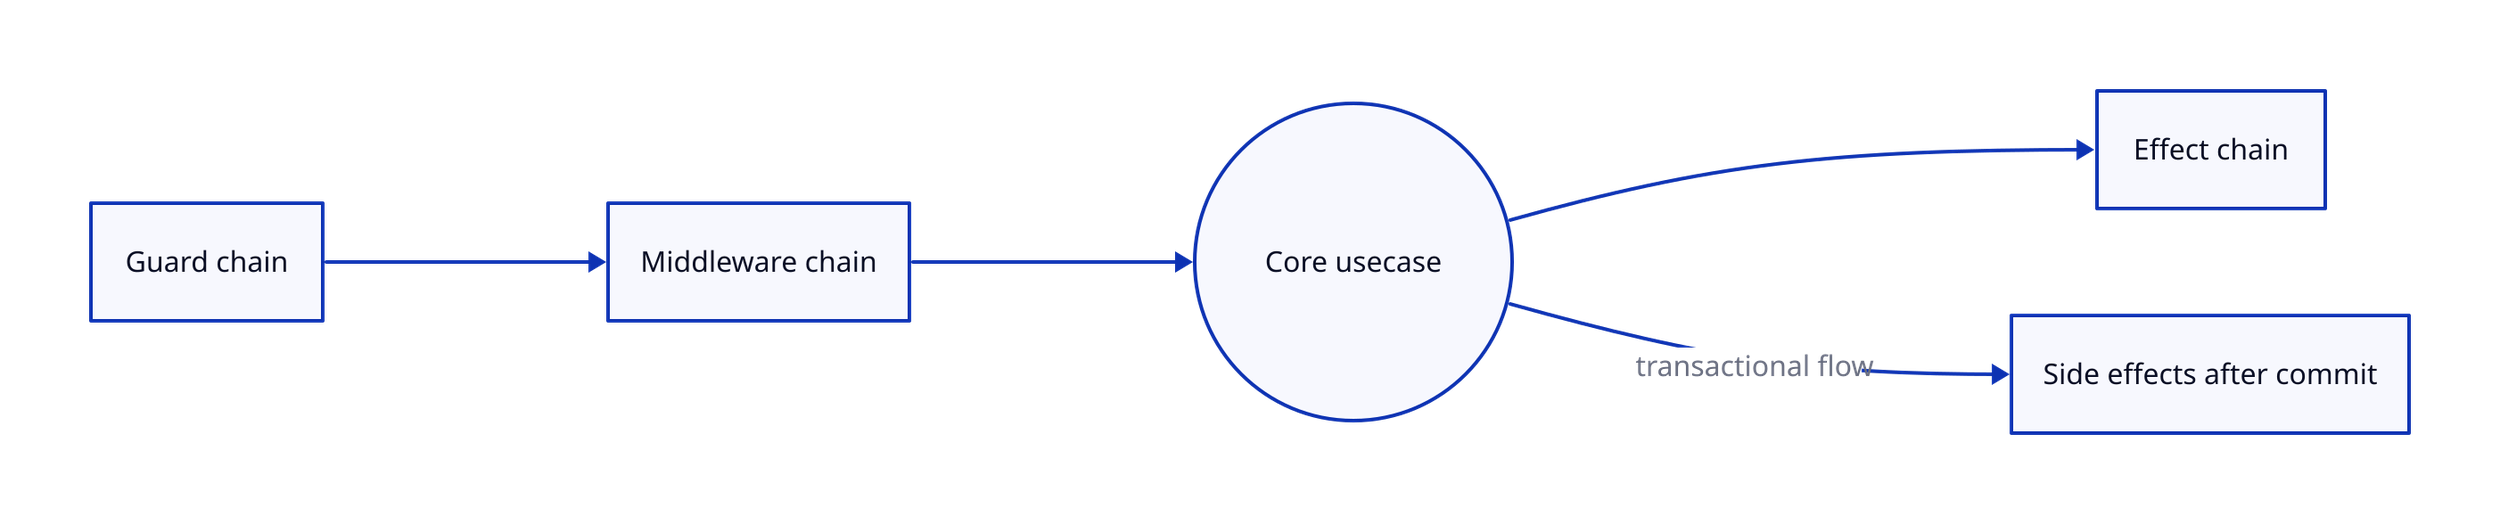
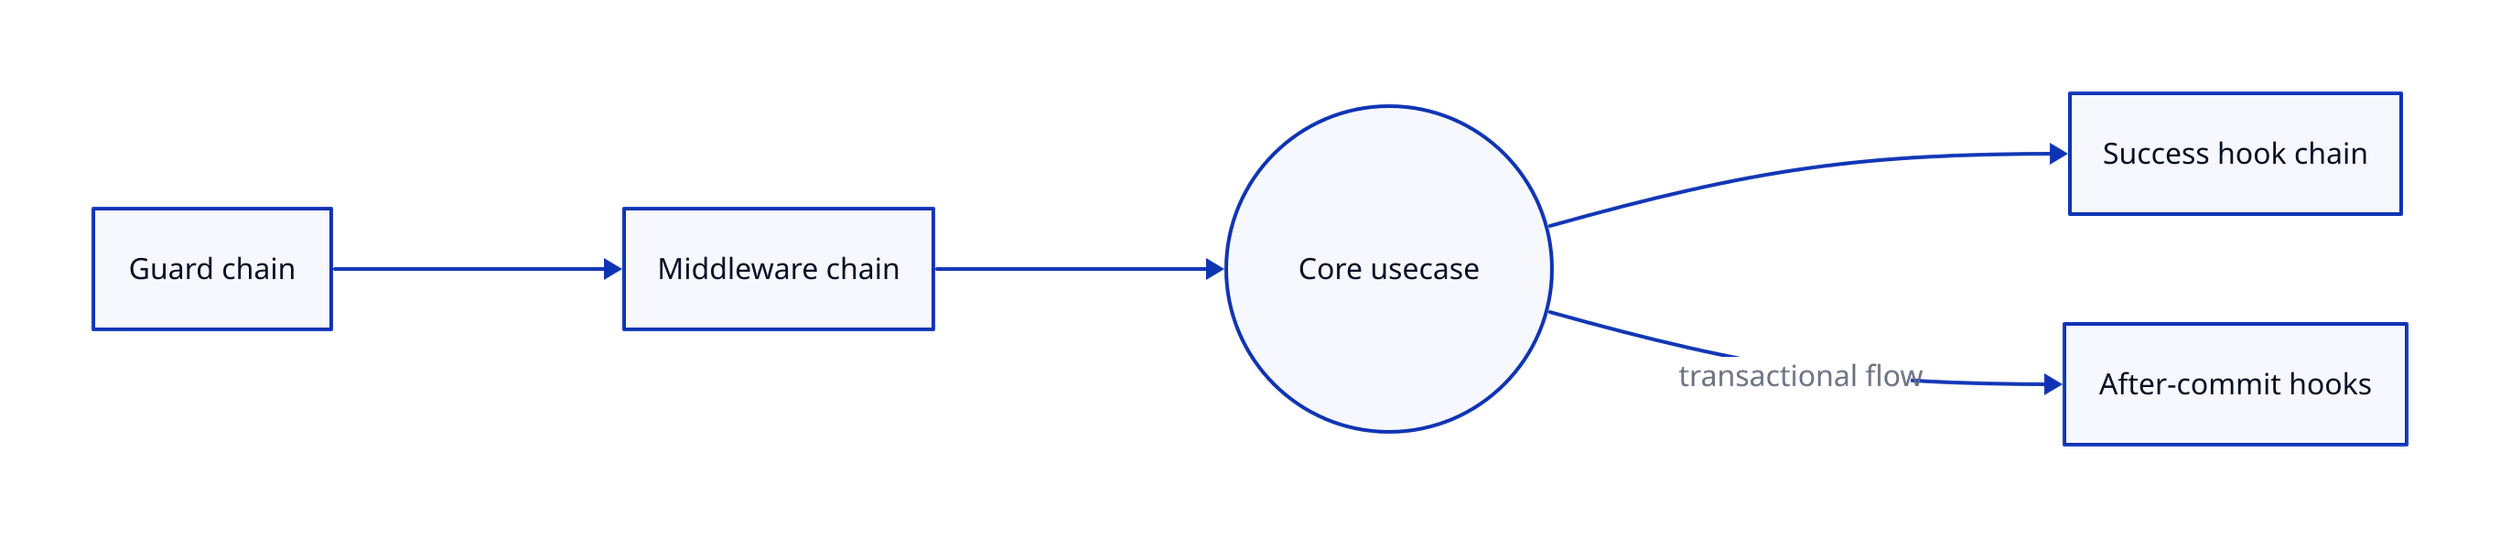
style: {
    fill: transparent
}

vars: {
    d2-config: {
        pad: 50
    }
}

direction: right

Guards: {
    shape: rectangle
    label: Guard chain
}

Middlewares: {
    shape: rectangle
    label: Middleware chain
}

Usecase: {
    shape: circle
    label: Core usecase
}

Effects: {
    shape: rectangle
-     label: Effect chain
+     label: Success hook chain
}

AfterCommit: {
    shape: rectangle
-     label: Side effects after commit
+     label: After-commit hooks
}

Guards -> Middlewares -> Usecase -> Effects
Usecase -> AfterCommit: transactional flow
